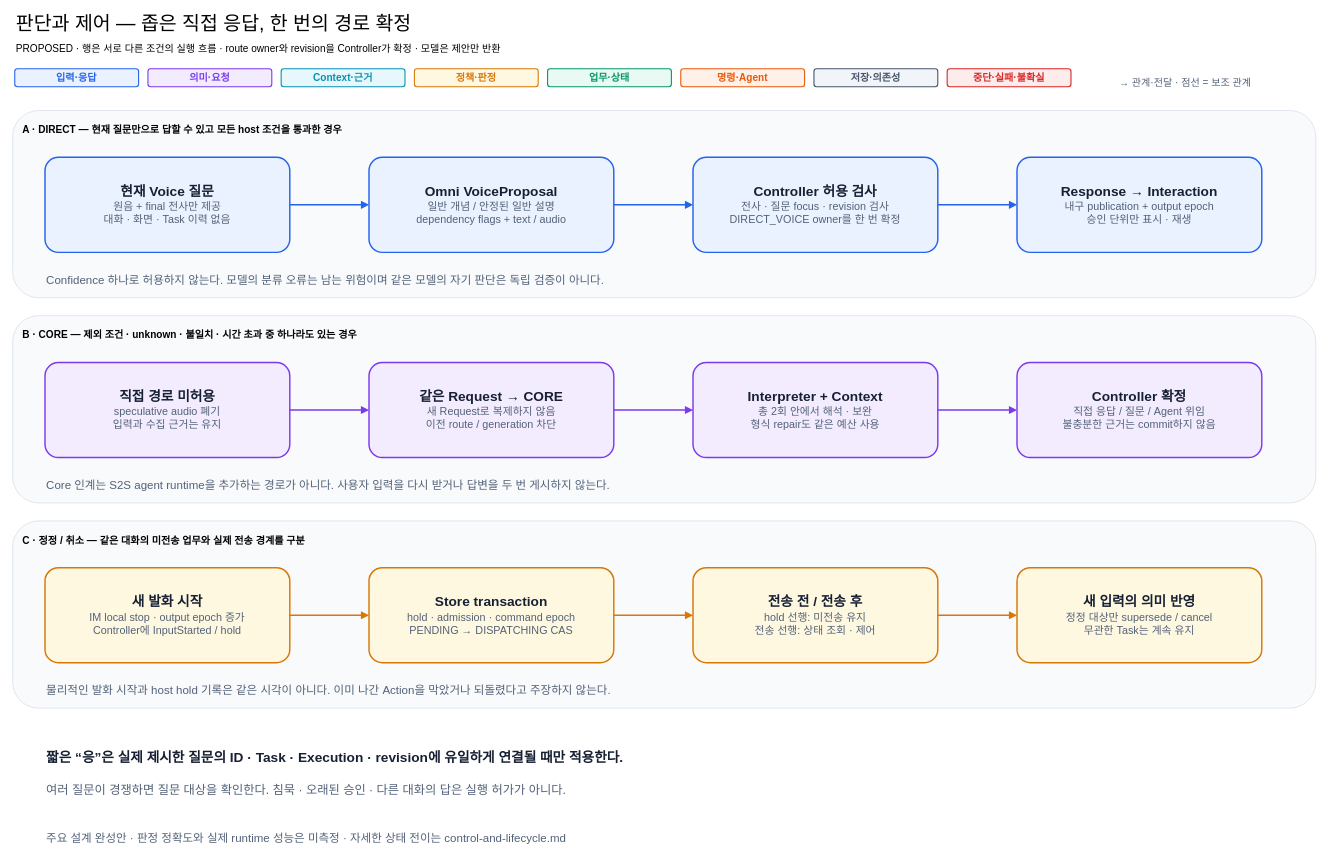
cbyche/via-sw-architecture keeps this draw.io diagram as docs/architecture/12-decisions/target-architecture/diagrams/12-admission-and-control.drawio. Above is the earlier version. Source tidied: cells renumbered, new cells numbered last; positions are measured from the earlier drawing's top-left corner, leaving out a move shared by most shapes. Both pictures are drawn from the tidied source at 72%, with x=0, y=0 at pixel (12, 13).
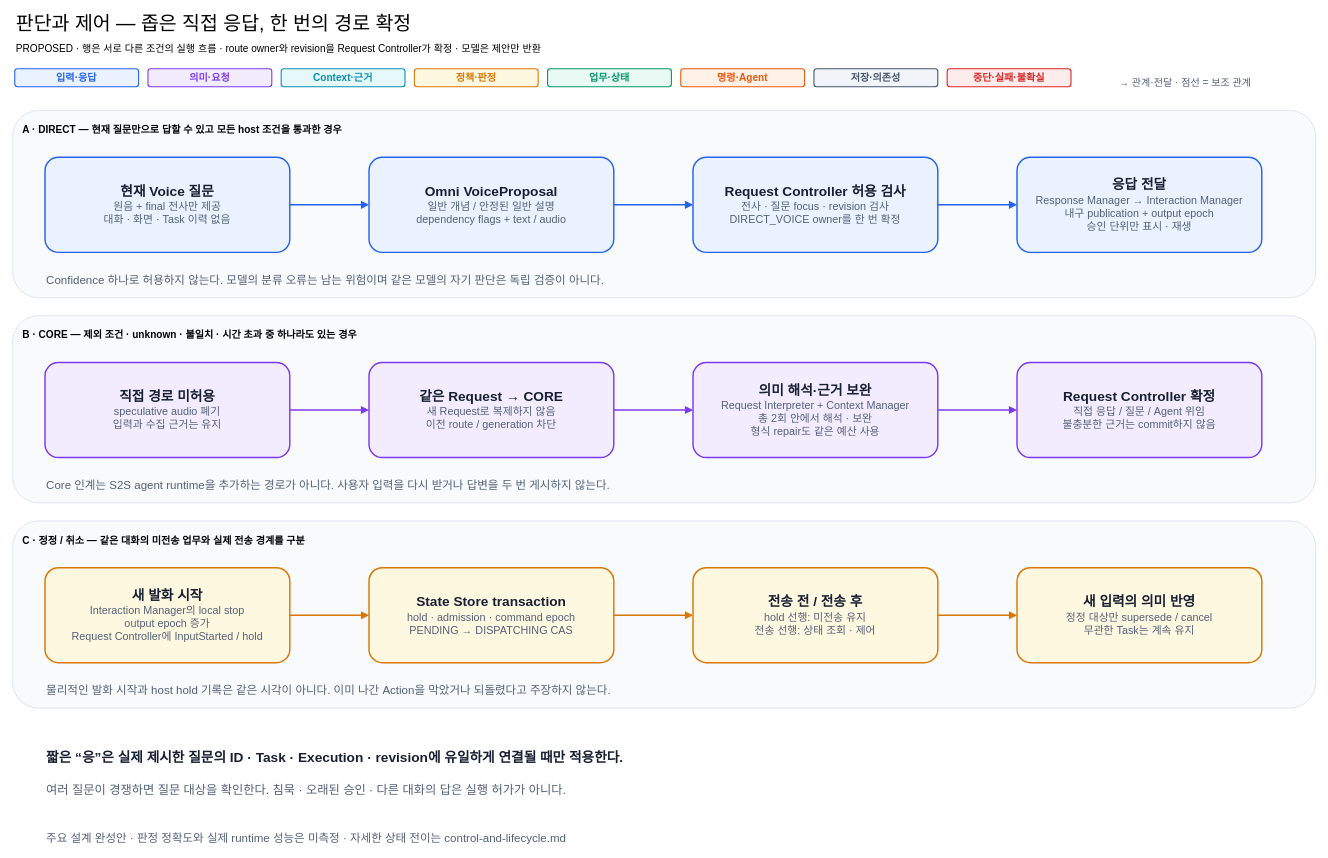
The same diagram, later.

The edit, as a diff of the source:
```diff
@@
-    <mxCell id="7" value="&lt;div style='font-size:19px;font-weight:bold'&gt;Controller 허용 검사&lt;/div&gt;&lt;div style='font-size:15px;color:#526178'&gt;전사 · 질문 focus · revision 검사&lt;/div&gt;&lt;div style='font-size:15px;color:#526178'&gt;DIRECT_VOICE owner를 한 번 확정&lt;/div&gt;" style="shape=rectangle;rounded=1;whiteSpace=wrap;html=1;fillColor=#EAF2FF;strokeColor=#2563EB;strokeWidth=2;fontColor=#172033;dashed=0;arcSize=14;spacing=10;" parent="1" vertex="1">
+    <mxCell id="7" value="&lt;div style='font-size:19px;font-weight:bold'&gt;Request Controller 허용 검사&lt;/div&gt;&lt;div style='font-size:15px;color:#526178'&gt;전사 · 질문 focus · revision 검사&lt;/div&gt;&lt;div style='font-size:15px;color:#526178'&gt;DIRECT_VOICE owner를 한 번 확정&lt;/div&gt;" style="shape=rectangle;rounded=1;whiteSpace=wrap;html=1;fillColor=#EAF2FF;strokeColor=#2563EB;strokeWidth=2;fontColor=#172033;dashed=0;arcSize=14;spacing=10;" parent="1" vertex="1">
       <mxGeometry x="945" y="200" width="340" height="132" as="geometry" />
     </mxCell>
-    <mxCell id="8" value="&lt;div style='font-size:19px;font-weight:bold'&gt;Response → Interaction&lt;/div&gt;&lt;div style='font-size:15px;color:#526178'&gt;내구 publication + output epoch&lt;/div&gt;&lt;div style='font-size:15px;color:#526178'&gt;승인 단위만 표시 · 재생&lt;/div&gt;" style="shape=rectangle;rounded=1;whiteSpace=wrap;html=1;fillColor=#EAF2FF;strokeColor=#2563EB;strokeWidth=2;fontColor=#172033;dashed=0;arcSize=14;spacing=10;" parent="1" vertex="1">
+    <mxCell id="8" value="&lt;div style='font-size:19px;font-weight:bold'&gt;응답 전달&lt;/div&gt;&lt;div style='font-size:15px;color:#526178'&gt;Response Manager → Interaction Manager&lt;/div&gt;&lt;div style='font-size:15px;color:#526178'&gt;내구 publication + output epoch&lt;/div&gt;&lt;div style='font-size:15px;color:#526178'&gt;승인 단위만 표시 · 재생&lt;/div&gt;" style="shape=rectangle;rounded=1;whiteSpace=wrap;html=1;fillColor=#EAF2FF;strokeColor=#2563EB;strokeWidth=2;fontColor=#172033;dashed=0;arcSize=14;spacing=10;" parent="1" vertex="1">
       <mxGeometry x="1395" y="200" width="340" height="132" as="geometry" />
     </mxCell>
@@
-    <mxCell id="11" value="&lt;div style='font-size:19px;font-weight:bold'&gt;Interpreter + Context&lt;/div&gt;&lt;div style='font-size:15px;color:#526178'&gt;총 2회 안에서 해석 · 보완&lt;/div&gt;&lt;div style='font-size:15px;color:#526178'&gt;형식 repair도 같은 예산 사용&lt;/div&gt;" style="shape=rectangle;rounded=1;whiteSpace=wrap;html=1;fillColor=#F3ECFF;strokeColor=#7C3AED;strokeWidth=2;fontColor=#172033;dashed=0;arcSize=14;spacing=10;" parent="1" vertex="1">
+    <mxCell id="11" value="&lt;div style='font-size:19px;font-weight:bold'&gt;의미 해석·근거 보완&lt;/div&gt;&lt;div style='font-size:15px;color:#526178'&gt;Request Interpreter + Context Manager&lt;/div&gt;&lt;div style='font-size:15px;color:#526178'&gt;총 2회 안에서 해석 · 보완&lt;/div&gt;&lt;div style='font-size:15px;color:#526178'&gt;형식 repair도 같은 예산 사용&lt;/div&gt;" style="shape=rectangle;rounded=1;whiteSpace=wrap;html=1;fillColor=#F3ECFF;strokeColor=#7C3AED;strokeWidth=2;fontColor=#172033;dashed=0;arcSize=14;spacing=10;" parent="1" vertex="1">
       <mxGeometry x="945" y="485" width="340" height="132" as="geometry" />
     </mxCell>
-    <mxCell id="12" value="&lt;div style='font-size:19px;font-weight:bold'&gt;Controller 확정&lt;/div&gt;&lt;div style='font-size:15px;color:#526178'&gt;직접 응답 / 질문 / Agent 위임&lt;/div&gt;&lt;div style='font-size:15px;color:#526178'&gt;불충분한 근거는 commit하지 않음&lt;/div&gt;" style="shape=rectangle;rounded=1;whiteSpace=wrap;html=1;fillColor=#F3ECFF;strokeColor=#7C3AED;strokeWidth=2;fontColor=#172033;dashed=0;arcSize=14;spacing=10;" parent="1" vertex="1">
+    <mxCell id="12" value="&lt;div style='font-size:19px;font-weight:bold'&gt;Request Controller 확정&lt;/div&gt;&lt;div style='font-size:15px;color:#526178'&gt;직접 응답 / 질문 / Agent 위임&lt;/div&gt;&lt;div style='font-size:15px;color:#526178'&gt;불충분한 근거는 commit하지 않음&lt;/div&gt;" style="shape=rectangle;rounded=1;whiteSpace=wrap;html=1;fillColor=#F3ECFF;strokeColor=#7C3AED;strokeWidth=2;fontColor=#172033;dashed=0;arcSize=14;spacing=10;" parent="1" vertex="1">
       <mxGeometry x="1395" y="485" width="340" height="132" as="geometry" />
     </mxCell>
-    <mxCell id="13" value="&lt;div style='font-size:19px;font-weight:bold'&gt;새 발화 시작&lt;/div&gt;&lt;div style='font-size:15px;color:#526178'&gt;IM local stop · output epoch 증가&lt;/div&gt;&lt;div style='font-size:15px;color:#526178'&gt;Controller에 InputStarted / hold&lt;/div&gt;" style="shape=rectangle;rounded=1;whiteSpace=wrap;html=1;fillColor=#FFF8E1;strokeColor=#D97706;strokeWidth=2;fontColor=#172033;dashed=0;arcSize=14;spacing=10;" parent="1" vertex="1">
+    <mxCell id="13" value="&lt;div style='font-size:19px;font-weight:bold'&gt;새 발화 시작&lt;/div&gt;&lt;div style='font-size:15px;color:#526178'&gt;Interaction Manager의 local stop&lt;/div&gt;&lt;div style='font-size:15px;color:#526178'&gt;output epoch 증가&lt;/div&gt;&lt;div style='font-size:15px;color:#526178'&gt;Request Controller에 InputStarted / hold&lt;/div&gt;" style="shape=rectangle;rounded=1;whiteSpace=wrap;html=1;fillColor=#FFF8E1;strokeColor=#D97706;strokeWidth=2;fontColor=#172033;dashed=0;arcSize=14;spacing=10;" parent="1" vertex="1">
       <mxGeometry x="45" y="770" width="340" height="132" as="geometry" />
     </mxCell>
-    <mxCell id="14" value="&lt;div style='font-size:19px;font-weight:bold'&gt;Store transaction&lt;/div&gt;&lt;div style='font-size:15px;color:#526178'&gt;hold · admission · command epoch&lt;/div&gt;&lt;div style='font-size:15px;color:#526178'&gt;PENDING → DISPATCHING CAS&lt;/div&gt;" style="shape=rectangle;rounded=1;whiteSpace=wrap;html=1;fillColor=#FFF8E1;strokeColor=#D97706;strokeWidth=2;fontColor=#172033;dashed=0;arcSize=14;spacing=10;" parent="1" vertex="1">
+    <mxCell id="14" value="&lt;div style='font-size:19px;font-weight:bold'&gt;State Store transaction&lt;/div&gt;&lt;div style='font-size:15px;color:#526178'&gt;hold · admission · command epoch&lt;/div&gt;&lt;div style='font-size:15px;color:#526178'&gt;PENDING → DISPATCHING CAS&lt;/div&gt;" style="shape=rectangle;rounded=1;whiteSpace=wrap;html=1;fillColor=#FFF8E1;strokeColor=#D97706;strokeWidth=2;fontColor=#172033;dashed=0;arcSize=14;spacing=10;" parent="1" vertex="1">
       <mxGeometry x="495" y="770" width="340" height="132" as="geometry" />
     </mxCell>
@@
-    <mxCell id="42" value="PROPOSED · 행은 서로 다른 조건의 실행 흐름 · route owner와 revision을 Controller가 확정 · 모델은 제안만 반환" style="text;html=1;align=left;verticalAlign=middle;strokeColor=none;fillColor=none;fontSize=14;" parent="1" vertex="1">
+    <mxCell id="42" value="PROPOSED · 행은 서로 다른 조건의 실행 흐름 · route owner와 revision을 Request Controller가 확정 · 모델은 제안만 반환" style="text;html=1;align=left;verticalAlign=middle;strokeColor=none;fillColor=none;fontSize=14;" parent="1" vertex="1">
       <mxGeometry x="3" y="34" width="1804" height="30" as="geometry" />
     </mxCell>
```
